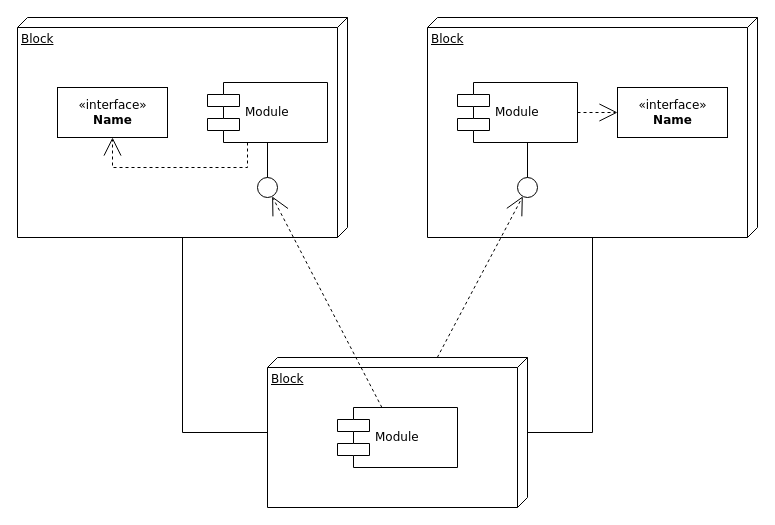
The draw.io diagram Diagramas/DiagramaComponentes.drawio in JorgeADnro/Torres, before the edit. Source tidied: cells renumbered, new cells numbered last; positions are measured from the earlier drawing's top-left corner, leaving out a move shared by most shapes. Both pictures are drawn from the tidied source at 100%, with x=0, y=0 at pixel (17, 17).
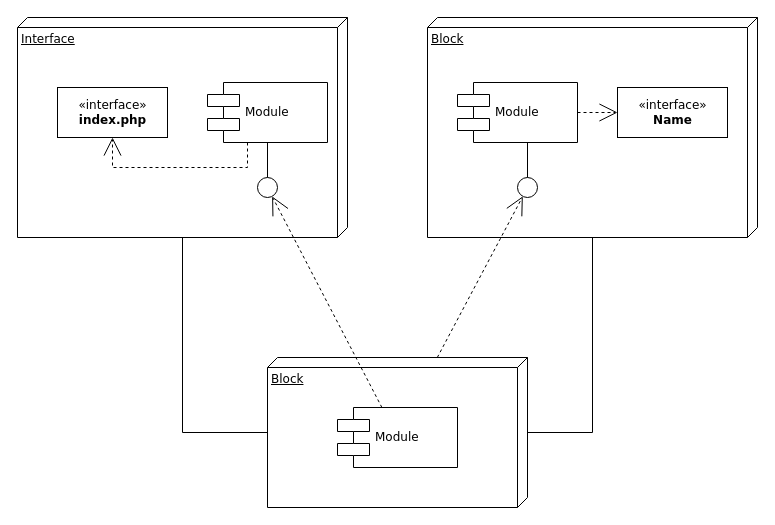
The same page after the edit.

Diff of the diagram source:
```diff
@@
-    <mxCell id="2" value="Block" style="verticalAlign=top;align=left;spacingTop=8;spacingLeft=2;spacingRight=12;shape=cube;size=10;direction=south;fontStyle=4;html=1;rounded=0;shadow=0;comic=0;labelBackgroundColor=none;strokeWidth=1;fontFamily=Verdana;fontSize=12;" parent="1" vertex="1">
+    <mxCell id="2" value="Interface&lt;br&gt;" style="verticalAlign=top;align=left;spacingTop=8;spacingLeft=2;spacingRight=12;shape=cube;size=10;direction=south;fontStyle=4;html=1;rounded=0;shadow=0;comic=0;labelBackgroundColor=none;strokeWidth=1;fontFamily=Verdana;fontSize=12;" parent="1" vertex="1">
       <mxGeometry width="330" height="220" as="geometry" />
     </mxCell>
@@
-    <mxCell id="5" value="&amp;laquo;interface&amp;raquo;&lt;br&gt;&lt;b&gt;Name&lt;/b&gt;" style="html=1;rounded=0;shadow=0;comic=0;labelBackgroundColor=none;strokeWidth=1;fontFamily=Verdana;fontSize=12;align=center;" parent="1" vertex="1">
+    <mxCell id="5" value="«interface»&lt;br&gt;&lt;b&gt;index.php&lt;/b&gt;" style="html=1;rounded=0;shadow=0;comic=0;labelBackgroundColor=none;strokeWidth=1;fontFamily=Verdana;fontSize=12;align=center;" parent="1" vertex="1">
       <mxGeometry x="40" y="70" width="110" height="50" as="geometry" />
     </mxCell>
```
